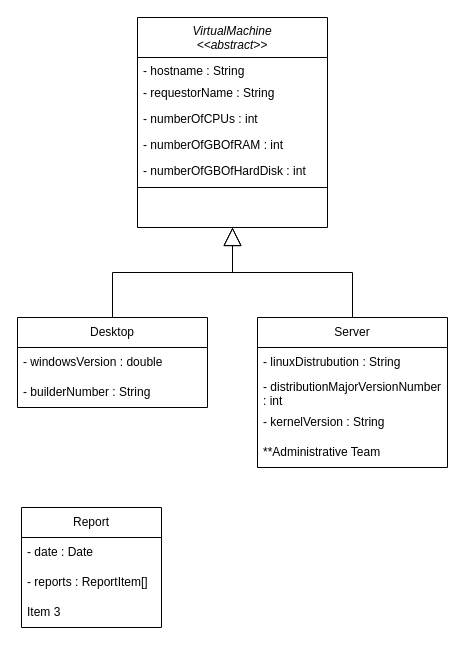
Earlier version of the draw.io diagram VM_UML.drawio (elishaamenuveve-turntabl/Java-Assessment). Source tidied: cells renumbered, new cells numbered last; positions are measured from the earlier drawing's top-left corner, leaving out a move shared by most shapes. Both pictures are drawn from the tidied source at 100%, with x=0, y=0 at pixel (17, 17).
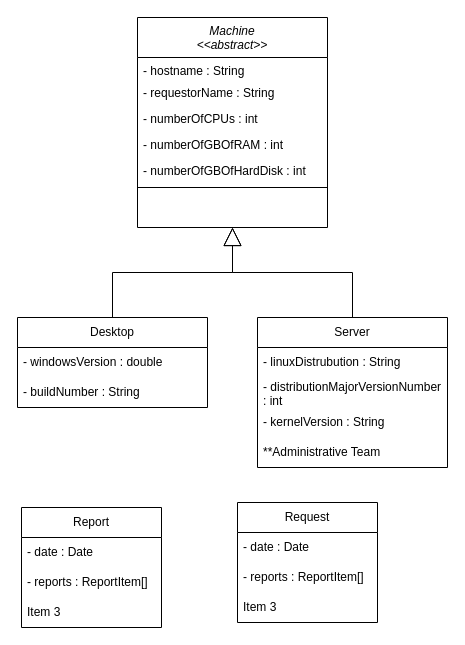
The same page after the edit.

The change refers to these unchanged cells:
```xml
<mxCell id="9" value="Desktop" style="swimlane;fontStyle=0;horizontal=1;startSize=30;whiteSpace=wrap;html=1;" parent="1" vertex="1">
  <mxGeometry y="300" width="190" height="90" as="geometry" />
</mxCell>
```

Diff of the diagram source:
```diff
@@
-    <mxCell id="2" value="VirtualMachine&#10;&lt;&lt;abstract&gt;&gt;" style="swimlane;fontStyle=2;align=center;verticalAlign=top;horizontal=1;startSize=40;rounded=0;shadow=0;strokeWidth=1;" parent="1" vertex="1">
+    <mxCell id="2" value="Machine&#10;&lt;&lt;abstract&gt;&gt;" style="swimlane;fontStyle=2;align=center;verticalAlign=top;horizontal=1;startSize=40;rounded=0;shadow=0;strokeWidth=1;" parent="1" vertex="1">
       <mxGeometry x="120" width="190" height="210" as="geometry" />
     </mxCell>
@@
-    <mxCell id="11" value="- builderNumber : String" style="text;strokeColor=none;fillColor=none;align=left;verticalAlign=middle;spacingLeft=4;spacingRight=4;overflow=hidden;whiteSpace=wrap;html=1;" parent="9" vertex="1">
+    <mxCell id="11" value="- buildNumber : String" style="text;strokeColor=none;fillColor=none;align=left;verticalAlign=middle;spacingLeft=4;spacingRight=4;overflow=hidden;whiteSpace=wrap;html=1;" parent="9" vertex="1">
       <mxGeometry y="60" width="190" height="30" as="geometry" />
     </mxCell>
@@
+    <mxCell id="23" value="Request" style="swimlane;fontStyle=0;horizontal=1;startSize=30;whiteSpace=wrap;html=1;" parent="1" vertex="1">
+      <mxGeometry x="220" y="485" width="140" height="120" as="geometry" />
+    </mxCell>
+    <mxCell id="24" value="- date : Date" style="text;strokeColor=none;fillColor=none;align=left;verticalAlign=middle;spacingLeft=4;spacingRight=4;overflow=hidden;whiteSpace=wrap;html=1;" parent="23" vertex="1">
+      <mxGeometry y="30" width="140" height="30" as="geometry" />
+    </mxCell>
+    <mxCell id="25" value="- reports : ReportItem[]" style="text;strokeColor=none;fillColor=none;align=left;verticalAlign=middle;spacingLeft=4;spacingRight=4;overflow=hidden;whiteSpace=wrap;html=1;" parent="23" vertex="1">
+      <mxGeometry y="60" width="140" height="30" as="geometry" />
+    </mxCell>
+    <mxCell id="26" value="Item 3" style="text;strokeColor=none;fillColor=none;align=left;verticalAlign=middle;spacingLeft=4;spacingRight=4;overflow=hidden;whiteSpace=wrap;html=1;" parent="23" vertex="1">
+      <mxGeometry y="90" width="140" height="30" as="geometry" />
+    </mxCell>
```
